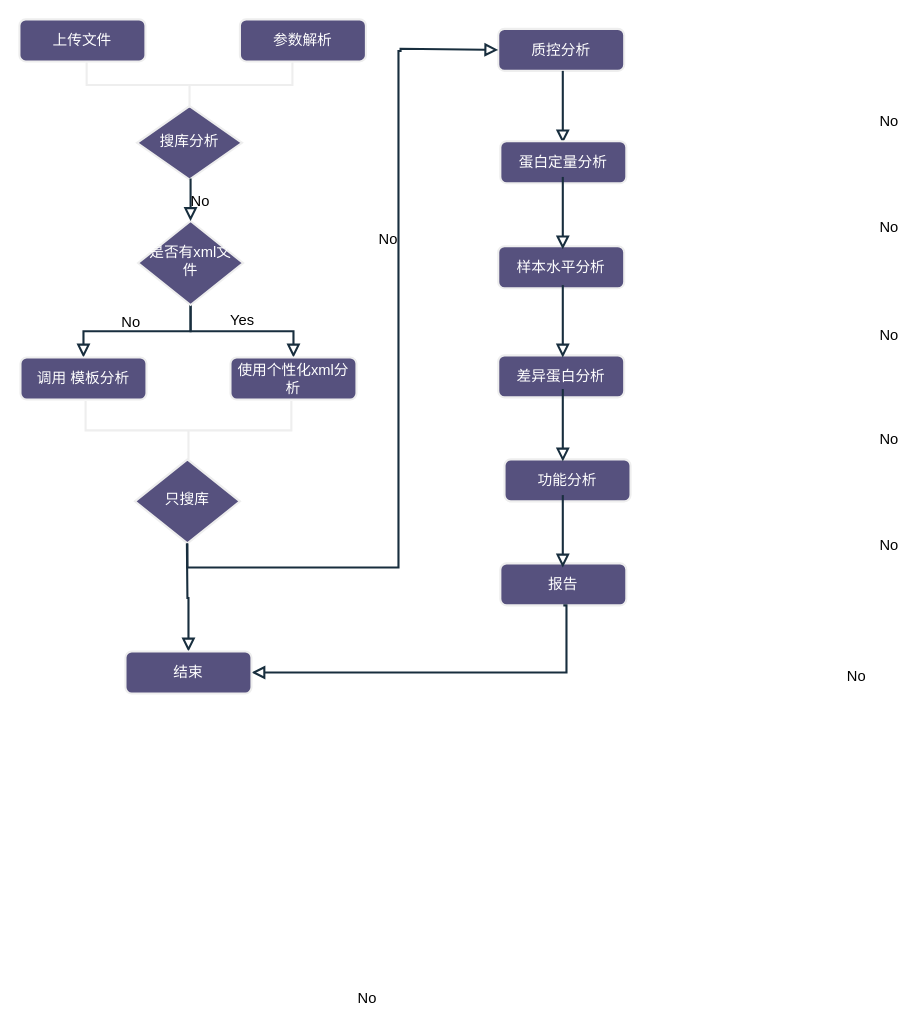
This is 未命名绘图.drawio from hanwenjuan/test, a draw.io file, before an edit. Source tidied: cells renumbered, new cells numbered last; positions are measured from the earlier drawing's top-left corner, leaving out a move shared by most shapes. Both pictures are drawn from the tidied source at 105%, with x=0, y=0 at pixel (19, -19).
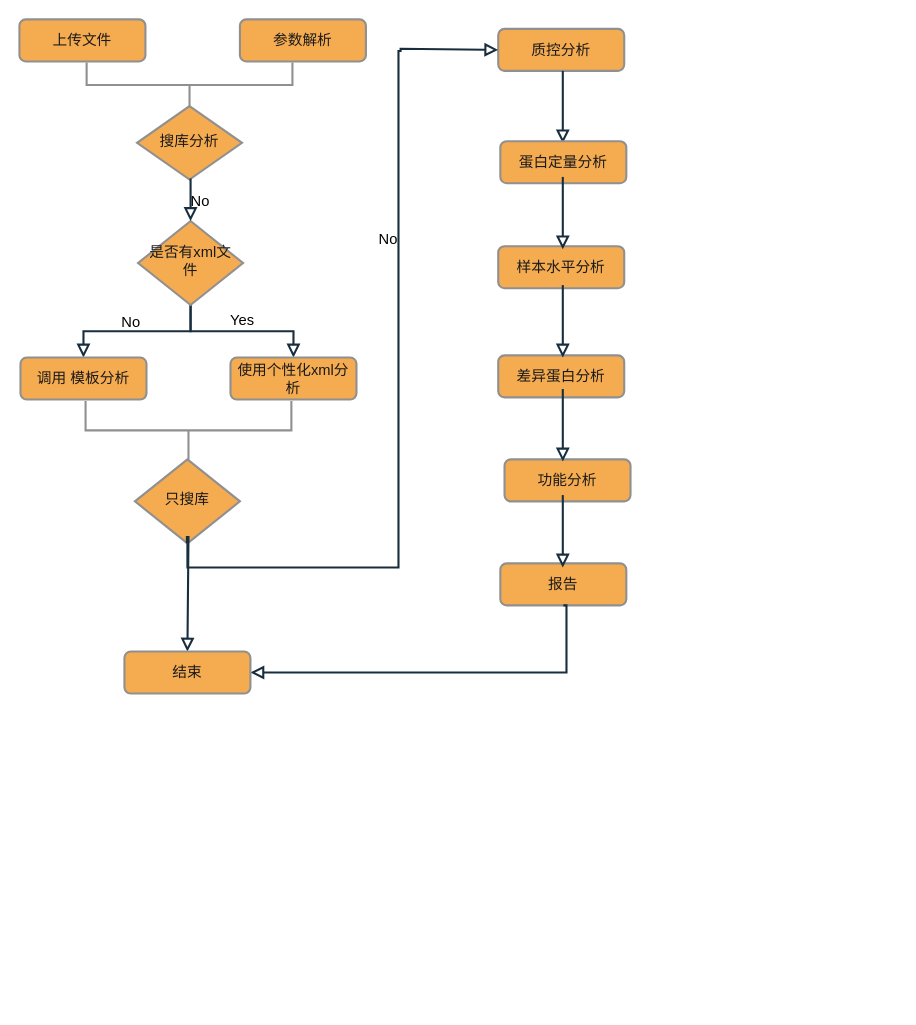
The same page after the edit.

Commit message:
更新未命名绘图.drawio

Diff of the diagram source:
```diff
@@
-    <mxCell id="2" value="参数解析" style="rounded=1;whiteSpace=wrap;html=1;fontSize=14;glass=0;strokeWidth=2;shadow=0;labelBackgroundColor=none;fillColor=#56517E;strokeColor=#EEEEEE;fontColor=#FFFFFF;" parent="1" vertex="1">
+    <mxCell id="2" value="参数解析" style="rounded=1;whiteSpace=wrap;html=1;fontSize=14;glass=0;strokeWidth=2;shadow=0;labelBackgroundColor=none;fillColor=#F5AB50;strokeColor=#909090;fontColor=#1A1A1A;" parent="1" vertex="1">
       <mxGeometry x="210" y="36" width="120" height="40" as="geometry" />
     </mxCell>
-    <mxCell id="3" value="搜库分析" style="rhombus;whiteSpace=wrap;html=1;shadow=0;fontFamily=Helvetica;fontSize=14;align=center;strokeWidth=2;spacing=6;spacingTop=-4;labelBackgroundColor=none;fillColor=#56517E;strokeColor=#EEEEEE;fontColor=#FFFFFF;" parent="1" vertex="1">
+    <mxCell id="3" value="搜库分析" style="rhombus;whiteSpace=wrap;html=1;shadow=0;fontFamily=Helvetica;fontSize=14;align=center;strokeWidth=2;spacing=6;spacingTop=-4;labelBackgroundColor=none;fillColor=#F5AB50;strokeColor=#909090;fontColor=#1A1A1A;" parent="1" vertex="1">
       <mxGeometry x="112" y="118.5" width="100" height="70" as="geometry" />
     </mxCell>
@@
-    <mxCell id="6" value="是否有xml文件" style="rhombus;whiteSpace=wrap;html=1;shadow=0;fontFamily=Helvetica;fontSize=14;align=center;strokeWidth=2;spacing=6;spacingTop=-4;labelBackgroundColor=none;fillColor=#56517E;strokeColor=#EEEEEE;fontColor=#FFFFFF;" parent="1" vertex="1">
+    <mxCell id="6" value="是否有xml文件" style="rhombus;whiteSpace=wrap;html=1;shadow=0;fontFamily=Helvetica;fontSize=14;align=center;strokeWidth=2;spacing=6;spacingTop=-4;labelBackgroundColor=none;fillColor=#F5AB50;strokeColor=#909090;fontColor=#1A1A1A;" parent="1" vertex="1">
       <mxGeometry x="113" y="228" width="100" height="80" as="geometry" />
     </mxCell>
-    <mxCell id="7" value="调用 模板分析" style="rounded=1;whiteSpace=wrap;html=1;fontSize=14;glass=0;strokeWidth=2;shadow=0;labelBackgroundColor=none;fillColor=#56517E;strokeColor=#EEEEEE;fontColor=#FFFFFF;" parent="1" vertex="1">
+    <mxCell id="7" value="调用 模板分析" style="rounded=1;whiteSpace=wrap;html=1;fontSize=14;glass=0;strokeWidth=2;shadow=0;labelBackgroundColor=none;fillColor=#F5AB50;strokeColor=#909090;fontColor=#1A1A1A;" parent="1" vertex="1">
       <mxGeometry x="1" y="358" width="120" height="40" as="geometry" />
     </mxCell>
-    <mxCell id="8" value="使用个性化xml分析" style="rounded=1;whiteSpace=wrap;html=1;fontSize=14;glass=0;strokeWidth=2;shadow=0;labelBackgroundColor=none;fillColor=#56517E;strokeColor=#EEEEEE;fontColor=#FFFFFF;" parent="1" vertex="1">
+    <mxCell id="8" value="使用个性化xml分析" style="rounded=1;whiteSpace=wrap;html=1;fontSize=14;glass=0;strokeWidth=2;shadow=0;labelBackgroundColor=none;fillColor=#F5AB50;strokeColor=#909090;fontColor=#1A1A1A;" parent="1" vertex="1">
       <mxGeometry x="201" y="358" width="120" height="40" as="geometry" />
     </mxCell>
-    <mxCell id="9" value="只搜库" style="rhombus;whiteSpace=wrap;html=1;shadow=0;fontFamily=Helvetica;fontSize=14;align=center;strokeWidth=2;spacing=6;spacingTop=-4;labelBackgroundColor=none;fillColor=#56517E;strokeColor=#EEEEEE;fontColor=#FFFFFF;" parent="1" vertex="1">
+    <mxCell id="9" value="只搜库" style="rhombus;whiteSpace=wrap;html=1;shadow=0;fontFamily=Helvetica;fontSize=14;align=center;strokeWidth=2;spacing=6;spacingTop=-4;labelBackgroundColor=none;fillColor=#F5AB50;strokeColor=#909090;fontColor=#1A1A1A;" parent="1" vertex="1">
       <mxGeometry x="110" y="455" width="100" height="80" as="geometry" />
     </mxCell>
-    <mxCell id="10" value="质控分析" style="rounded=1;whiteSpace=wrap;html=1;fontSize=14;glass=0;strokeWidth=2;shadow=0;labelBackgroundColor=none;fillColor=#56517E;strokeColor=#EEEEEE;fontColor=#FFFFFF;" parent="1" vertex="1">
+    <mxCell id="10" value="质控分析" style="rounded=1;whiteSpace=wrap;html=1;fontSize=14;glass=0;strokeWidth=2;shadow=0;labelBackgroundColor=none;fillColor=#F5AB50;strokeColor=#909090;fontColor=#1A1A1A;" parent="1" vertex="1">
       <mxGeometry x="456" y="45" width="120" height="40" as="geometry" />
     </mxCell>
-    <mxCell id="11" value="样本水平分析" style="rounded=1;whiteSpace=wrap;html=1;glass=0;strokeWidth=2;shadow=0;flipV=1;fontSize=14;labelBackgroundColor=none;fillColor=#56517E;strokeColor=#EEEEEE;fontColor=#FFFFFF;" parent="1" vertex="1">
+    <mxCell id="11" value="样本水平分析" style="rounded=1;whiteSpace=wrap;html=1;glass=0;strokeWidth=2;shadow=0;flipV=1;fontSize=14;labelBackgroundColor=none;fillColor=#F5AB50;strokeColor=#909090;fontColor=#1A1A1A;" parent="1" vertex="1">
       <mxGeometry x="456" y="252" width="120" height="40" as="geometry" />
     </mxCell>
@@
-    <mxCell id="13" value="上传文件" style="rounded=1;whiteSpace=wrap;html=1;fontSize=14;glass=0;strokeWidth=2;shadow=0;labelBackgroundColor=none;fillColor=#56517E;strokeColor=#EEEEEE;fontColor=#FFFFFF;" parent="1" vertex="1">
+    <mxCell id="13" value="上传文件" style="rounded=1;whiteSpace=wrap;html=1;fontSize=14;glass=0;strokeWidth=2;shadow=0;labelBackgroundColor=none;fillColor=#F5AB50;strokeColor=#909090;fontColor=#1A1A1A;" parent="1" vertex="1">
       <mxGeometry y="36" width="120" height="40" as="geometry" />
     </mxCell>
-    <mxCell id="14" style="strokeWidth=2;html=1;shape=mxgraph.flowchart.annotation_2;align=left;labelPosition=right;flipV=1;flipH=1;rotation=90;fontSize=14;labelBackgroundColor=none;fillColor=#56517E;strokeColor=#EEEEEE;fontColor=#FFFFFF;" parent="1" vertex="1">
+    <mxCell id="14" style="strokeWidth=2;html=1;shape=mxgraph.flowchart.annotation_2;align=left;labelPosition=right;flipV=1;flipH=1;rotation=90;fontSize=14;labelBackgroundColor=none;fillColor=#F5AB50;strokeColor=#909090;fontColor=#1A1A1A;" parent="1" vertex="1">
       <mxGeometry x="140.5" y="0.5" width="43" height="196" as="geometry" />
     </mxCell>
-    <mxCell id="15" style="strokeWidth=2;html=1;shape=mxgraph.flowchart.annotation_2;align=left;labelPosition=right;flipV=1;flipH=1;rotation=90;fontSize=14;labelBackgroundColor=none;fillColor=#56517E;strokeColor=#EEEEEE;fontColor=#FFFFFF;" parent="1" vertex="1">
+    <mxCell id="15" style="strokeWidth=2;html=1;shape=mxgraph.flowchart.annotation_2;align=left;labelPosition=right;flipV=1;flipH=1;rotation=90;fontSize=14;labelBackgroundColor=none;fillColor=#F5AB50;strokeColor=#909090;fontColor=#1A1A1A;" parent="1" vertex="1">
       <mxGeometry x="133.1" y="329.4" width="55.8" height="196" as="geometry" />
     </mxCell>
@@
-    <mxCell id="17" value="No" style="rounded=0;html=1;jettySize=auto;orthogonalLoop=1;fontSize=14;endArrow=block;endFill=0;endSize=8;strokeWidth=2;shadow=0;labelBackgroundColor=none;edgeStyle=orthogonalEdgeStyle;entryX=0.5;entryY=0;entryDx=0;entryDy=0;strokeColor=#182E3E;fontColor=default;" parent="1" edge="1">
+    <mxCell id="17" style="rounded=0;html=1;jettySize=auto;orthogonalLoop=1;fontSize=14;endArrow=block;endFill=0;endSize=8;strokeWidth=2;shadow=0;labelBackgroundColor=none;edgeStyle=orthogonalEdgeStyle;entryX=0.5;entryY=0;entryDx=0;entryDy=0;strokeColor=#182E3E;fontColor=default;" parent="1" edge="1">
       <mxGeometry x="0.4" y="310" relative="1" as="geometry">
         <mxPoint x="517.5" y="85" as="sourcePoint" />
         <mxPoint x="517.5" y="154" as="targetPoint" />
       </mxGeometry>
     </mxCell>
-    <mxCell id="18" value="报告" style="rounded=1;whiteSpace=wrap;html=1;glass=0;strokeWidth=2;shadow=0;flipV=1;fontSize=14;labelBackgroundColor=none;fillColor=#56517E;strokeColor=#EEEEEE;fontColor=#FFFFFF;" parent="1" vertex="1">
+    <mxCell id="18" value="报告" style="rounded=1;whiteSpace=wrap;html=1;glass=0;strokeWidth=2;shadow=0;flipV=1;fontSize=14;labelBackgroundColor=none;fillColor=#F5AB50;strokeColor=#909090;fontColor=#1A1A1A;" parent="1" vertex="1">
       <mxGeometry x="458" y="554" width="120" height="40" as="geometry" />
     </mxCell>
-    <mxCell id="19" value="No" style="rounded=0;html=1;jettySize=auto;fontSize=14;endArrow=block;endFill=0;endSize=8;strokeWidth=2;shadow=0;labelBackgroundColor=none;edgeStyle=orthogonalEdgeStyle;entryX=1;entryY=0.5;entryDx=0;entryDy=0;strokeColor=#182E3E;fontColor=default;exitX=0.5;exitY=1;exitDx=0;exitDy=0;" parent="1" edge="1" source="18" target="21">
+    <mxCell id="19" style="rounded=0;html=1;jettySize=auto;fontSize=14;endArrow=block;endFill=0;endSize=8;strokeWidth=2;shadow=0;labelBackgroundColor=none;edgeStyle=orthogonalEdgeStyle;entryX=1;entryY=0.5;entryDx=0;entryDy=0;strokeColor=#182E3E;fontColor=default;exitX=0.5;exitY=1;exitDx=0;exitDy=0;" parent="1" edge="1" source="18" target="21">
       <mxGeometry x="0.4" y="310" relative="1" as="geometry">
         <Array as="points">
           <mxPoint x="521" y="594" />
           <mxPoint x="521" y="658" />
         </Array>
       </mxGeometry>
     </mxCell>
-    <mxCell id="20" value="No" style="rounded=0;html=1;jettySize=auto;fontSize=14;endArrow=block;endFill=0;endSize=8;strokeWidth=2;shadow=0;labelBackgroundColor=none;edgeStyle=orthogonalEdgeStyle;exitX=0.5;exitY=1;exitDx=0;exitDy=0;entryX=0.5;entryY=0;entryDx=0;entryDy=0;strokeColor=#182E3E;fontColor=default;" parent="1" edge="1" target="21">
+    <mxCell id="20" style="rounded=0;html=1;jettySize=auto;fontSize=14;endArrow=block;endFill=0;endSize=8;strokeWidth=2;shadow=0;labelBackgroundColor=none;edgeStyle=orthogonalEdgeStyle;exitX=0.5;exitY=1;exitDx=0;exitDy=0;entryX=0.5;entryY=0;entryDx=0;entryDy=0;strokeColor=#182E3E;fontColor=default;" parent="1" edge="1" target="21">
       <mxGeometry x="1" y="652" relative="1" as="geometry">
         <mxPoint x="159.5" y="535" as="sourcePoint" />
+        <Array as="points">
+          <mxPoint x="160" y="529" />
+          <mxPoint x="161" y="529" />
+        </Array>
         <mxPoint x="-16" y="24" as="offset" />
       </mxGeometry>
     </mxCell>
-    <mxCell id="21" value="结束" style="rounded=1;whiteSpace=wrap;html=1;glass=0;strokeWidth=2;shadow=0;flipV=1;fontSize=14;labelBackgroundColor=none;fillColor=#56517E;strokeColor=#EEEEEE;fontColor=#FFFFFF;" parent="1" vertex="1">
-      <mxGeometry x="101" y="638" width="120" height="40" as="geometry" />
+    <mxCell id="21" value="结束" style="rounded=1;whiteSpace=wrap;html=1;glass=0;strokeWidth=2;shadow=0;flipV=1;fontSize=14;labelBackgroundColor=none;fillColor=#F5AB50;strokeColor=#909090;fontColor=#1A1A1A;" parent="1" vertex="1">
+      <mxGeometry x="100" y="638" width="120" height="40" as="geometry" />
     </mxCell>
-    <mxCell id="22" value="蛋白定量分析" style="rounded=1;whiteSpace=wrap;html=1;glass=0;strokeWidth=2;shadow=0;flipV=1;fontSize=14;labelBackgroundColor=none;fillColor=#56517E;strokeColor=#EEEEEE;fontColor=#FFFFFF;" parent="1" vertex="1">
+    <mxCell id="22" value="蛋白定量分析" style="rounded=1;whiteSpace=wrap;html=1;glass=0;strokeWidth=2;shadow=0;flipV=1;fontSize=14;labelBackgroundColor=none;fillColor=#F5AB50;strokeColor=#909090;fontColor=#1A1A1A;" parent="1" vertex="1">
       <mxGeometry x="458" y="152" width="120" height="40" as="geometry" />
     </mxCell>
-    <mxCell id="23" value="差异蛋白分析" style="rounded=1;whiteSpace=wrap;html=1;glass=0;strokeWidth=2;shadow=0;flipV=1;fontSize=14;labelBackgroundColor=none;fillColor=#56517E;strokeColor=#EEEEEE;fontColor=#FFFFFF;" parent="1" vertex="1">
+    <mxCell id="23" value="差异蛋白分析" style="rounded=1;whiteSpace=wrap;html=1;glass=0;strokeWidth=2;shadow=0;flipV=1;fontSize=14;labelBackgroundColor=none;fillColor=#F5AB50;strokeColor=#909090;fontColor=#1A1A1A;" parent="1" vertex="1">
       <mxGeometry x="456" y="356" width="120" height="40" as="geometry" />
     </mxCell>
@@
-    <mxCell id="25" value="功能分析" style="rounded=1;whiteSpace=wrap;html=1;glass=0;strokeWidth=2;shadow=0;flipV=1;fontSize=14;labelBackgroundColor=none;fillColor=#56517E;strokeColor=#EEEEEE;fontColor=#FFFFFF;" parent="1" vertex="1">
+    <mxCell id="25" value="功能分析" style="rounded=1;whiteSpace=wrap;html=1;glass=0;strokeWidth=2;shadow=0;flipV=1;fontSize=14;labelBackgroundColor=none;fillColor=#F5AB50;strokeColor=#909090;fontColor=#1A1A1A;" parent="1" vertex="1">
       <mxGeometry x="462" y="455" width="120" height="40" as="geometry" />
     </mxCell>
-    <mxCell id="26" value="No" style="rounded=0;html=1;jettySize=auto;orthogonalLoop=1;fontSize=14;endArrow=block;endFill=0;endSize=8;strokeWidth=2;shadow=0;labelBackgroundColor=none;edgeStyle=orthogonalEdgeStyle;entryX=0.5;entryY=0;entryDx=0;entryDy=0;strokeColor=#182E3E;fontColor=default;" parent="1" edge="1">
+    <mxCell id="26" style="rounded=0;html=1;jettySize=auto;orthogonalLoop=1;fontSize=14;endArrow=block;endFill=0;endSize=8;strokeWidth=2;shadow=0;labelBackgroundColor=none;edgeStyle=orthogonalEdgeStyle;entryX=0.5;entryY=0;entryDx=0;entryDy=0;strokeColor=#182E3E;fontColor=default;" parent="1" edge="1">
       <mxGeometry x="0.4" y="310" relative="1" as="geometry">
         <mxPoint x="517.5" y="186" as="sourcePoint" />
         <mxPoint x="517.5" y="255" as="targetPoint" />
       </mxGeometry>
     </mxCell>
-    <mxCell id="27" value="No" style="rounded=0;html=1;jettySize=auto;orthogonalLoop=1;fontSize=14;endArrow=block;endFill=0;endSize=8;strokeWidth=2;shadow=0;labelBackgroundColor=none;edgeStyle=orthogonalEdgeStyle;entryX=0.5;entryY=0;entryDx=0;entryDy=0;strokeColor=#182E3E;fontColor=default;" parent="1" edge="1">
+    <mxCell id="27" style="rounded=0;html=1;jettySize=auto;orthogonalLoop=1;fontSize=14;endArrow=block;endFill=0;endSize=8;strokeWidth=2;shadow=0;labelBackgroundColor=none;edgeStyle=orthogonalEdgeStyle;entryX=0.5;entryY=0;entryDx=0;entryDy=0;strokeColor=#182E3E;fontColor=default;" parent="1" edge="1">
       <mxGeometry x="0.4" y="310" relative="1" as="geometry">
         <mxPoint x="517.5" y="289" as="sourcePoint" />
         <mxPoint x="517.5" y="358" as="targetPoint" />
       </mxGeometry>
     </mxCell>
-    <mxCell id="28" value="No" style="rounded=0;html=1;jettySize=auto;orthogonalLoop=1;fontSize=14;endArrow=block;endFill=0;endSize=8;strokeWidth=2;shadow=0;labelBackgroundColor=none;edgeStyle=orthogonalEdgeStyle;entryX=0.5;entryY=0;entryDx=0;entryDy=0;strokeColor=#182E3E;fontColor=default;" parent="1" edge="1">
+    <mxCell id="28" style="rounded=0;html=1;jettySize=auto;orthogonalLoop=1;fontSize=14;endArrow=block;endFill=0;endSize=8;strokeWidth=2;shadow=0;labelBackgroundColor=none;edgeStyle=orthogonalEdgeStyle;entryX=0.5;entryY=0;entryDx=0;entryDy=0;strokeColor=#182E3E;fontColor=default;" parent="1" edge="1">
       <mxGeometry x="0.4" y="310" relative="1" as="geometry">
         <mxPoint x="517.5" y="388" as="sourcePoint" />
         <mxPoint x="517.5" y="457" as="targetPoint" />
       </mxGeometry>
     </mxCell>
-    <mxCell id="29" value="No" style="rounded=0;html=1;jettySize=auto;orthogonalLoop=1;fontSize=14;endArrow=block;endFill=0;endSize=8;strokeWidth=2;shadow=0;labelBackgroundColor=none;edgeStyle=orthogonalEdgeStyle;entryX=0.5;entryY=0;entryDx=0;entryDy=0;strokeColor=#182E3E;fontColor=default;" parent="1" edge="1">
+    <mxCell id="29" style="rounded=0;html=1;jettySize=auto;orthogonalLoop=1;fontSize=14;endArrow=block;endFill=0;endSize=8;strokeWidth=2;shadow=0;labelBackgroundColor=none;edgeStyle=orthogonalEdgeStyle;entryX=0.5;entryY=0;entryDx=0;entryDy=0;strokeColor=#182E3E;fontColor=default;" parent="1" edge="1">
       <mxGeometry x="0.4" y="310" relative="1" as="geometry">
         <mxPoint x="517.5" y="489" as="sourcePoint" />
         <mxPoint x="517.5" y="558" as="targetPoint" />
       </mxGeometry>
     </mxCell>
```
